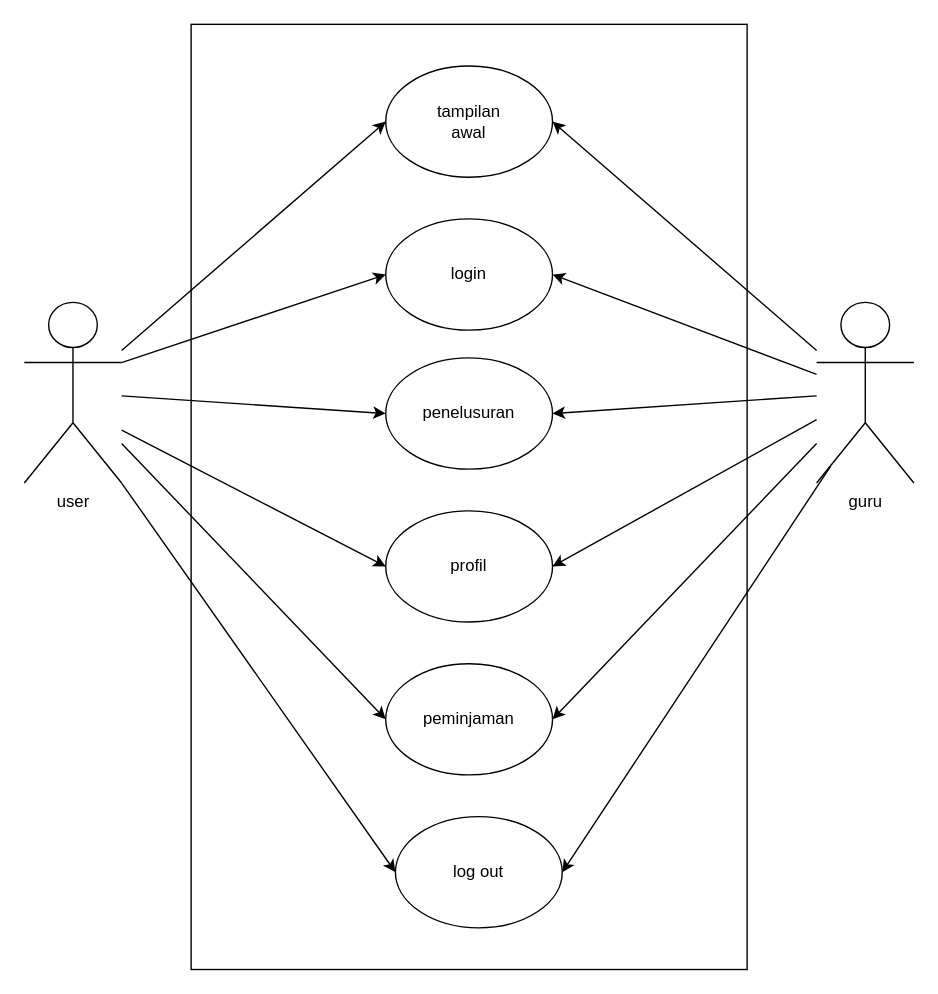
FirdanAl/classdiagram keeps this draw.io diagram as Diagram Tanpa Judul.drawio. Above is the earlier version. Source tidied: cells renumbered, new cells numbered last; positions are measured from the earlier drawing's top-left corner, leaving out a move shared by most shapes. Both pictures are drawn from the tidied source at 139%, with x=0, y=0 at pixel (24, 24).
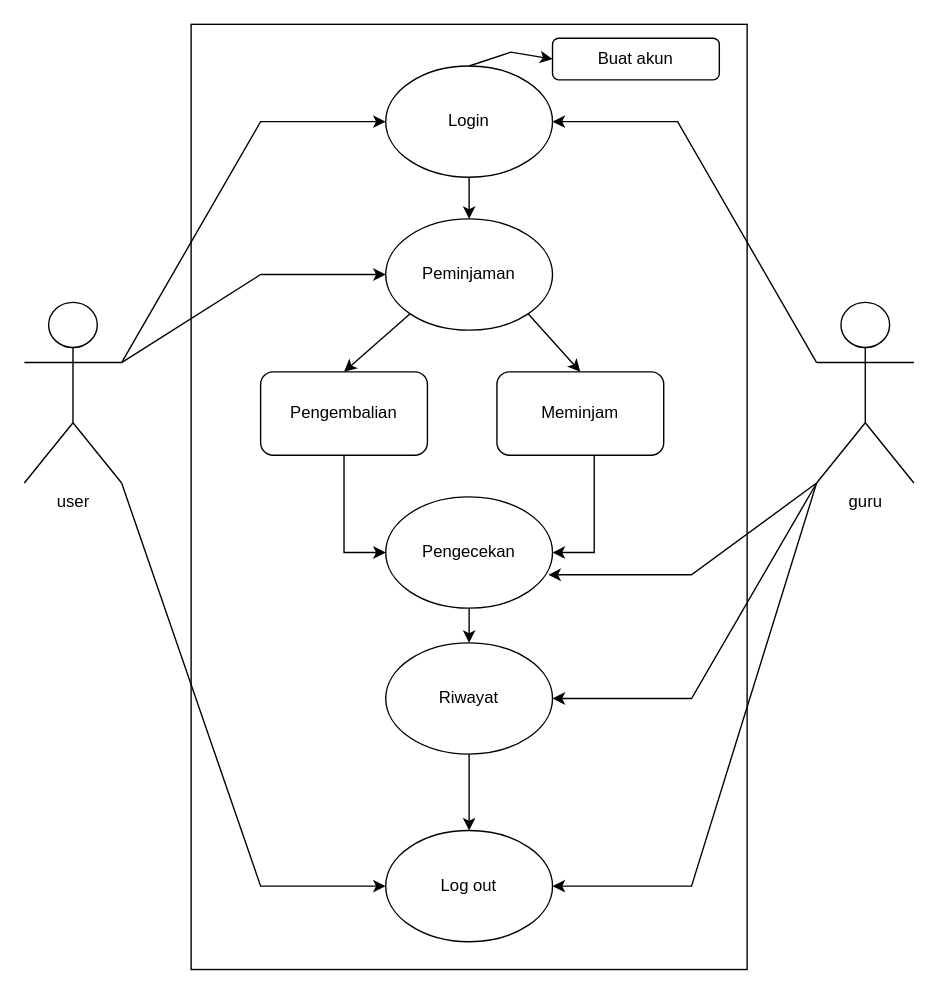
The same diagram, later.

Unchanged cells that the change refers to:
```xml
<mxCell id="3" value="user" style="shape=umlActor;verticalLabelPosition=bottom;verticalAlign=top;html=1;outlineConnect=0;" parent="1" vertex="1">
  <mxGeometry y="200" width="70" height="130" as="geometry" />
</mxCell>
<mxCell id="4" value="guru" style="shape=umlActor;verticalLabelPosition=bottom;verticalAlign=top;html=1;outlineConnect=0;" parent="1" vertex="1">
  <mxGeometry x="570" y="200" width="70" height="130" as="geometry" />
</mxCell>
<mxCell id="14" style="ellipse;whiteSpace=wrap;html=1;" parent="13" vertex="1">
  <mxGeometry width="120" height="80" as="geometry" />
</mxCell>
<mxCell id="30" style="ellipse;whiteSpace=wrap;html=1;" parent="29" vertex="1">
  <mxGeometry width="120" height="80" as="geometry" />
</mxCell>
<mxCell id="33" style="ellipse;whiteSpace=wrap;html=1;" parent="32" vertex="1">
  <mxGeometry width="120" height="80" as="geometry" />
</mxCell>
```

The edit, as a diff of the source:
```diff
@@
-    <mxCell id="5" style="endArrow=classic;html=1;rounded=0;entryX=0;entryY=0.5;entryDx=0;entryDy=0;" parent="1" edge="1" source="3" target="17">
-      <mxGeometry relative="1" as="geometry" />
+    <mxCell id="5" style="endArrow=classic;html=1;rounded=0;entryX=0;entryY=0.5;entryDx=0;entryDy=0;exitX=1;exitY=0.3333333333333333;exitDx=0;exitDy=0;exitPerimeter=0;" parent="1" edge="1" source="3" target="14">
+      <mxGeometry relative="1" as="geometry">
+        <Array as="points">
+          <mxPoint x="170" y="70" />
+        </Array>
+      </mxGeometry>
     </mxCell>
-    <mxCell id="6" style="endArrow=classic;html=1;rounded=0;exitX=1;exitY=0.3333333333333333;exitDx=0;exitDy=0;exitPerimeter=0;entryX=0;entryY=0.5;entryDx=0;entryDy=0;" parent="1" edge="1" source="3" target="14">
-      <mxGeometry relative="1" as="geometry" />
-    </mxCell>
-    <mxCell id="7" style="endArrow=classic;html=1;rounded=0;entryX=0;entryY=0.5;entryDx=0;entryDy=0;" parent="1" edge="1" source="3" target="24">
-      <mxGeometry relative="1" as="geometry" />
-    </mxCell>
-    <mxCell id="8" style="endArrow=classic;html=1;rounded=0;entryX=0;entryY=0.5;entryDx=0;entryDy=0;" parent="1" edge="1" source="3" target="30">
-      <mxGeometry relative="1" as="geometry" />
+    <mxCell id="8" style="endArrow=classic;html=1;rounded=0;entryX=0;entryY=0.5;entryDx=0;entryDy=0;exitX=1;exitY=0.3333333333333333;exitDx=0;exitDy=0;exitPerimeter=0;" parent="1" edge="1" source="3" target="30">
+      <mxGeometry relative="1" as="geometry">
+        <Array as="points">
+          <mxPoint x="170" y="180" />
+        </Array>
+      </mxGeometry>
     </mxCell>
-    <mxCell id="9" style="endArrow=classic;html=1;rounded=0;entryX=1;entryY=0.5;entryDx=0;entryDy=0;" parent="1" edge="1" source="4" target="17">
-      <mxGeometry relative="1" as="geometry" />
+    <mxCell id="9" style="endArrow=classic;html=1;rounded=0;entryX=1;entryY=0.5;entryDx=0;entryDy=0;exitX=0;exitY=0.3333333333333333;exitDx=0;exitDy=0;exitPerimeter=0;" parent="1" edge="1" source="4" target="14">
+      <mxGeometry relative="1" as="geometry">
+        <Array as="points">
+          <mxPoint x="470" y="70" />
+        </Array>
+      </mxGeometry>
     </mxCell>
-    <mxCell id="10" style="endArrow=classic;html=1;rounded=0;entryX=1;entryY=0.5;entryDx=0;entryDy=0;" parent="1" edge="1" source="4" target="14">
-      <mxGeometry relative="1" as="geometry" />
-    </mxCell>
-    <mxCell id="11" style="endArrow=classic;html=1;rounded=0;entryX=1;entryY=0.5;entryDx=0;entryDy=0;" parent="1" edge="1" source="4" target="24">
-      <mxGeometry relative="1" as="geometry" />
-    </mxCell>
-    <mxCell id="12" style="endArrow=classic;html=1;rounded=0;entryX=1;entryY=0.5;entryDx=0;entryDy=0;" parent="1" edge="1" source="4" target="30">
-      <mxGeometry relative="1" as="geometry" />
-    </mxCell>
     <mxCell id="13" style="group;" parent="1" vertex="1">
-      <mxGeometry x="260" y="140" width="120" height="80" as="geometry" />
+      <mxGeometry x="260" y="30" width="120" height="80" as="geometry" />
     </mxCell>
@@
-    <mxCell id="15" value="login" style="text;html=1;align=center;verticalAlign=middle;whiteSpace=wrap;rounded=0;" parent="13" vertex="1">
+    <mxCell id="15" value="Login" style="text;html=1;align=center;verticalAlign=middle;whiteSpace=wrap;rounded=0;" parent="13" vertex="1">
       <mxGeometry x="30" y="25" width="60" height="30" as="geometry" />
     </mxCell>
-    <mxCell id="16" style="group;" parent="1" vertex="1">
-      <mxGeometry x="260" y="30" width="120" height="80" as="geometry" />
-    </mxCell>
-    <mxCell id="17" style="ellipse;whiteSpace=wrap;html=1;" parent="16" vertex="1">
-      <mxGeometry width="120" height="80" as="geometry" />
-    </mxCell>
-    <mxCell id="18" value="tampilan awal" style="text;html=1;align=center;verticalAlign=middle;whiteSpace=wrap;rounded=0;" parent="16" vertex="1">
-      <mxGeometry x="30" y="25" width="60" height="30" as="geometry" />
-    </mxCell>
-    <mxCell id="19" style="endArrow=classic;html=1;rounded=0;entryX=0;entryY=0.5;entryDx=0;entryDy=0;" parent="1" edge="1" target="27">
-      <mxGeometry relative="1" as="geometry">
-        <mxPoint x="70" y="292" as="sourcePoint" />
-      </mxGeometry>
-    </mxCell>
-    <mxCell id="20" style="endArrow=classic;html=1;rounded=0;entryX=1;entryY=0.5;entryDx=0;entryDy=0;" parent="1" edge="1" source="4" target="27">
-      <mxGeometry relative="1" as="geometry" />
-    </mxCell>
-    <mxCell id="21" style="endArrow=classic;html=1;rounded=0;entryX=1;entryY=0.5;entryDx=0;entryDy=0;" parent="1" edge="1" target="33">
+    <mxCell id="21" style="endArrow=classic;html=1;rounded=0;entryX=1;entryY=0.5;entryDx=0;entryDy=0;exitX=0;exitY=1;exitDx=0;exitDy=0;exitPerimeter=0;" parent="1" edge="1" source="4" target="33">
       <mxGeometry relative="1" as="geometry">
-        <mxPoint x="580" y="318" as="sourcePoint" />
+        <Array as="points">
+          <mxPoint x="480" y="620" />
+        </Array>
       </mxGeometry>
     </mxCell>
-    <mxCell id="22" style="endArrow=classic;html=1;rounded=0;entryX=0;entryY=0.5;entryDx=0;entryDy=0;" parent="1" edge="1" target="33">
+    <mxCell id="22" style="endArrow=classic;html=1;rounded=0;entryX=0;entryY=0.5;entryDx=0;entryDy=0;exitX=1;exitY=1;exitDx=0;exitDy=0;exitPerimeter=0;" parent="1" edge="1" source="3" target="33">
       <mxGeometry relative="1" as="geometry">
-        <mxPoint x="70" y="330" as="sourcePoint" />
+        <Array as="points">
+          <mxPoint x="170" y="620" />
+        </Array>
       </mxGeometry>
     </mxCell>
-    <mxCell id="23" style="group;" parent="1" vertex="1">
-      <mxGeometry x="260" y="240" width="120" height="80" as="geometry" />
-    </mxCell>
-    <mxCell id="24" style="ellipse;whiteSpace=wrap;html=1;" parent="23" vertex="1">
-      <mxGeometry width="120" height="80" as="geometry" />
-    </mxCell>
-    <mxCell id="25" value="penelusuran" style="text;html=1;align=center;verticalAlign=middle;whiteSpace=wrap;rounded=0;" parent="23" vertex="1">
-      <mxGeometry x="30" y="25" width="60" height="30" as="geometry" />
-    </mxCell>
-    <mxCell id="26" style="group;" parent="1" vertex="1">
-      <mxGeometry x="260" y="350" width="120" height="80" as="geometry" />
-    </mxCell>
-    <mxCell id="27" style="ellipse;whiteSpace=wrap;html=1;" parent="26" vertex="1">
-      <mxGeometry width="120" height="80" as="geometry" />
-    </mxCell>
-    <mxCell id="28" value="profil" style="text;html=1;align=center;verticalAlign=middle;whiteSpace=wrap;rounded=0;" parent="26" vertex="1">
-      <mxGeometry x="30" y="25" width="60" height="30" as="geometry" />
-    </mxCell>
     <mxCell id="29" style="group;" parent="1" vertex="1">
-      <mxGeometry x="260" y="460" width="120" height="80" as="geometry" />
+      <mxGeometry x="260" y="140" width="120" height="80" as="geometry" />
     </mxCell>
@@
-    <mxCell id="31" value="peminjaman" style="text;html=1;align=center;verticalAlign=middle;whiteSpace=wrap;rounded=0;" parent="29" vertex="1">
+    <mxCell id="31" value="Peminjaman" style="text;html=1;align=center;verticalAlign=middle;whiteSpace=wrap;rounded=0;" parent="29" vertex="1">
       <mxGeometry x="30" y="25" width="60" height="30" as="geometry" />
     </mxCell>
     <mxCell id="32" style="group;" parent="1" vertex="1">
-      <mxGeometry x="267" y="570" width="120" height="80" as="geometry" />
+      <mxGeometry x="260" y="580" width="120" height="80" as="geometry" />
     </mxCell>
@@
-    <mxCell id="34" value="log out" style="text;html=1;align=center;verticalAlign=middle;whiteSpace=wrap;rounded=0;" parent="32" vertex="1">
+    <mxCell id="34" value="Log out" style="text;html=1;align=center;verticalAlign=middle;whiteSpace=wrap;rounded=0;" parent="32" vertex="1">
       <mxGeometry x="30" y="25" width="60" height="30" as="geometry" />
     </mxCell>
+    <mxCell id="35" style="group;" parent="1" vertex="1">
+      <mxGeometry x="260" y="340" width="120" height="80" as="geometry" />
+    </mxCell>
+    <mxCell id="36" style="ellipse;whiteSpace=wrap;html=1;" parent="35" vertex="1">
+      <mxGeometry width="120" height="80" as="geometry" />
+    </mxCell>
+    <mxCell id="37" value="Pengecekan" style="text;html=1;align=center;verticalAlign=middle;whiteSpace=wrap;rounded=0;" parent="35" vertex="1">
+      <mxGeometry x="30" y="25" width="60" height="30" as="geometry" />
+    </mxCell>
+    <mxCell id="38" style="endArrow=classic;html=1;rounded=0;entryX=0.975;entryY=0.7;entryDx=0;entryDy=0;entryPerimeter=0;exitX=0;exitY=1;exitDx=0;exitDy=0;exitPerimeter=0;" parent="1" edge="1" source="4" target="36">
+      <mxGeometry relative="1" as="geometry">
+        <Array as="points">
+          <mxPoint x="480" y="396" />
+        </Array>
+      </mxGeometry>
+    </mxCell>
+    <mxCell id="39" style="edgeStyle=orthogonalEdgeStyle;rounded=0;jettySize=auto;html=1;entryX=0;entryY=0.5;entryDx=0;entryDy=0;" parent="1" edge="1" source="40" target="36">
+      <mxGeometry relative="1" as="geometry" />
+    </mxCell>
+    <mxCell id="40" style="rounded=1;whiteSpace=wrap;html=1;" parent="1" vertex="1">
+      <mxGeometry x="170" y="250" width="120" height="60" as="geometry" />
+    </mxCell>
+    <mxCell id="41" style="edgeStyle=orthogonalEdgeStyle;rounded=0;jettySize=auto;html=1;entryX=1;entryY=0.5;entryDx=0;entryDy=0;" parent="1" edge="1" source="42" target="36">
+      <mxGeometry relative="1" as="geometry">
+        <Array as="points">
+          <mxPoint x="410" y="380" />
+        </Array>
+      </mxGeometry>
+    </mxCell>
+    <mxCell id="42" style="rounded=1;whiteSpace=wrap;html=1;" parent="1" vertex="1">
+      <mxGeometry x="340" y="250" width="120" height="60" as="geometry" />
+    </mxCell>
+    <mxCell id="43" style="endArrow=classic;html=1;rounded=0;entryX=0.5;entryY=0;entryDx=0;entryDy=0;exitX=0;exitY=1;exitDx=0;exitDy=0;" parent="1" edge="1" source="30" target="40">
+      <mxGeometry relative="1" as="geometry" />
+    </mxCell>
+    <mxCell id="44" style="endArrow=classic;html=1;rounded=0;entryX=0.5;entryY=0;entryDx=0;entryDy=0;exitX=1;exitY=1;exitDx=0;exitDy=0;" parent="1" edge="1" source="30" target="42">
+      <mxGeometry relative="1" as="geometry" />
+    </mxCell>
+    <mxCell id="45" value="Pengembalian" style="text;html=1;align=center;verticalAlign=middle;whiteSpace=wrap;rounded=0;" parent="1" vertex="1">
+      <mxGeometry x="200" y="265" width="60" height="30" as="geometry" />
+    </mxCell>
+    <mxCell id="46" value="Meminjam" style="text;html=1;align=center;verticalAlign=middle;whiteSpace=wrap;rounded=0;" parent="1" vertex="1">
+      <mxGeometry x="370" y="265" width="60" height="30" as="geometry" />
+    </mxCell>
+    <mxCell id="47" style="rounded=1;whiteSpace=wrap;html=1;" parent="1" vertex="1">
+      <mxGeometry x="380" y="10" width="120" height="30" as="geometry" />
+    </mxCell>
+    <mxCell id="48" value="Buat akun" style="text;html=1;align=center;verticalAlign=middle;whiteSpace=wrap;rounded=0;" parent="1" vertex="1">
+      <mxGeometry x="410" y="10" width="60" height="30" as="geometry" />
+    </mxCell>
+    <mxCell id="49" style="endArrow=classic;html=1;rounded=0;exitX=0.5;exitY=0;exitDx=0;exitDy=0;entryX=0;entryY=0.5;entryDx=0;entryDy=0;" parent="1" edge="1" source="14" target="47">
+      <mxGeometry relative="1" as="geometry">
+        <Array as="points">
+          <mxPoint x="350" y="20" />
+        </Array>
+      </mxGeometry>
+    </mxCell>
+    <mxCell id="50" style="group;" parent="1" vertex="1">
+      <mxGeometry x="260" y="445" width="120" height="80" as="geometry" />
+    </mxCell>
+    <mxCell id="51" style="ellipse;whiteSpace=wrap;html=1;" parent="50" vertex="1">
+      <mxGeometry width="120" height="80" as="geometry" />
+    </mxCell>
+    <mxCell id="52" value="Riwayat" style="text;html=1;align=center;verticalAlign=middle;whiteSpace=wrap;rounded=0;" parent="50" vertex="1">
+      <mxGeometry x="30" y="25" width="60" height="30" as="geometry" />
+    </mxCell>
+    <mxCell id="53" style="endArrow=classic;html=1;rounded=0;entryX=1;entryY=0.5;entryDx=0;entryDy=0;exitX=0;exitY=1;exitDx=0;exitDy=0;exitPerimeter=0;" parent="1" edge="1" source="4" target="51">
+      <mxGeometry relative="1" as="geometry">
+        <Array as="points">
+          <mxPoint x="480" y="485" />
+        </Array>
+      </mxGeometry>
+    </mxCell>
+    <mxCell id="54" style="edgeStyle=orthogonalEdgeStyle;rounded=0;jettySize=auto;html=1;entryX=0.5;entryY=0;entryDx=0;entryDy=0;" parent="1" edge="1" source="14" target="30">
+      <mxGeometry relative="1" as="geometry" />
+    </mxCell>
+    <mxCell id="55" style="edgeStyle=orthogonalEdgeStyle;rounded=0;jettySize=auto;html=1;entryX=0.5;entryY=0;entryDx=0;entryDy=0;" parent="1" edge="1" source="36" target="51">
+      <mxGeometry relative="1" as="geometry" />
+    </mxCell>
+    <mxCell id="56" style="edgeStyle=orthogonalEdgeStyle;rounded=0;jettySize=auto;html=1;entryX=0.5;entryY=0;entryDx=0;entryDy=0;" parent="1" edge="1" source="51" target="33">
+      <mxGeometry relative="1" as="geometry" />
+    </mxCell>
```
